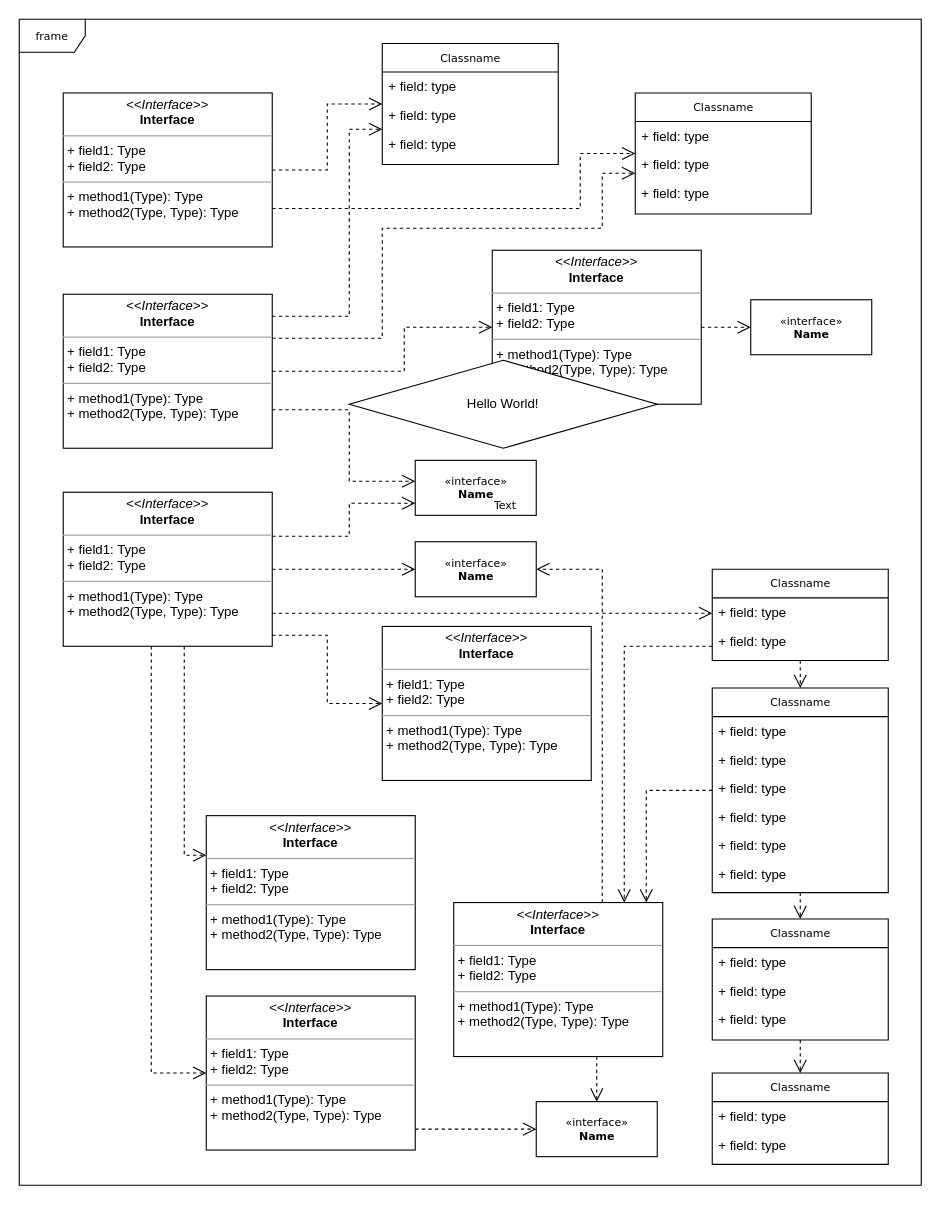
Before: uml/Untitled Diagram.drawio in moxxxx/MCT-simulator, a draw.io diagram. Source tidied: cells renumbered, new cells numbered last; positions are measured from the earlier drawing's top-left corner, leaving out a move shared by most shapes. Both pictures are drawn from the tidied source at 110%, with x=0, y=0 at pixel (19, 19).
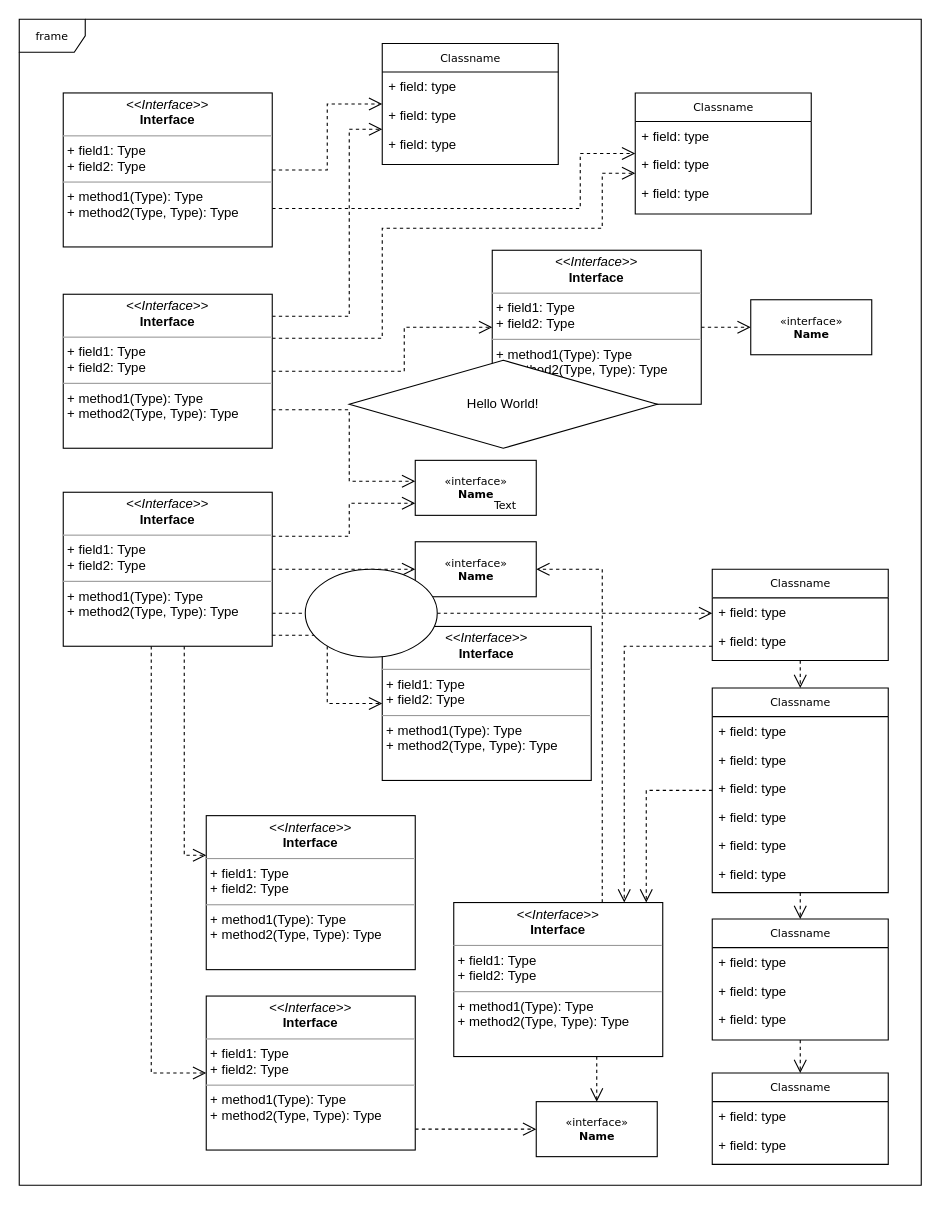
The same diagram, later.

Change to the diagram source:
```diff
@@
+    <mxCell id="63" style="ellipse;whiteSpace=wrap;html=1;" parent="1" vertex="1">
+      <mxGeometry x="260" y="500" width="120" height="80" as="geometry" />
+    </mxCell>
```
